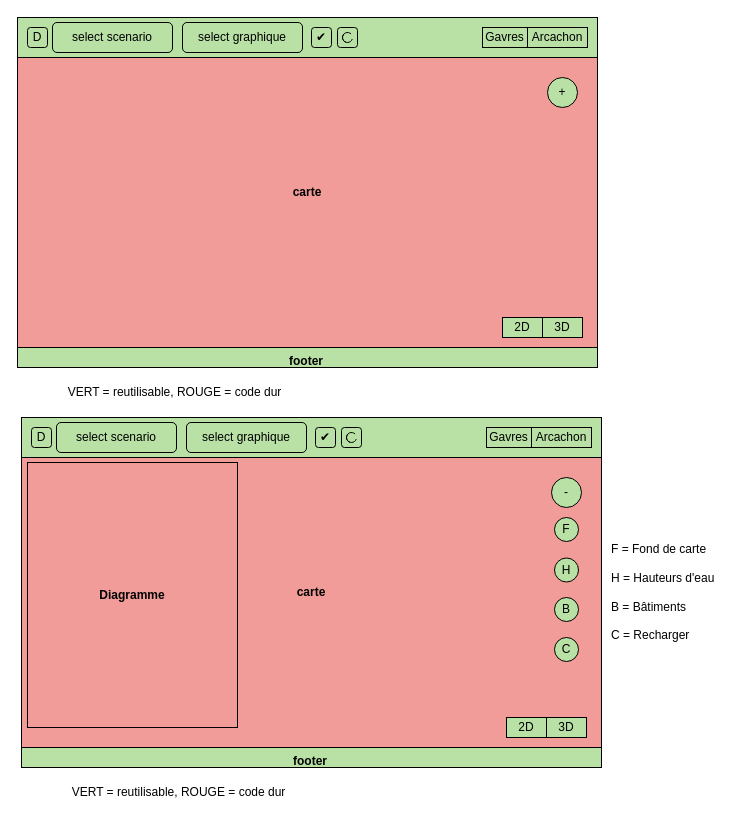
This is page "Model site_SPA" (2 of 8) of UML_diagrams.drawio from IlonaBaran/oracles, a draw.io file, before an edit. Source tidied: cells renumbered, new cells numbered last; positions are measured from the earlier drawing's top-left corner, leaving out a move shared by most shapes. Both pictures are drawn from the tidied source at 100%, with x=0, y=0 at pixel (17, 17).
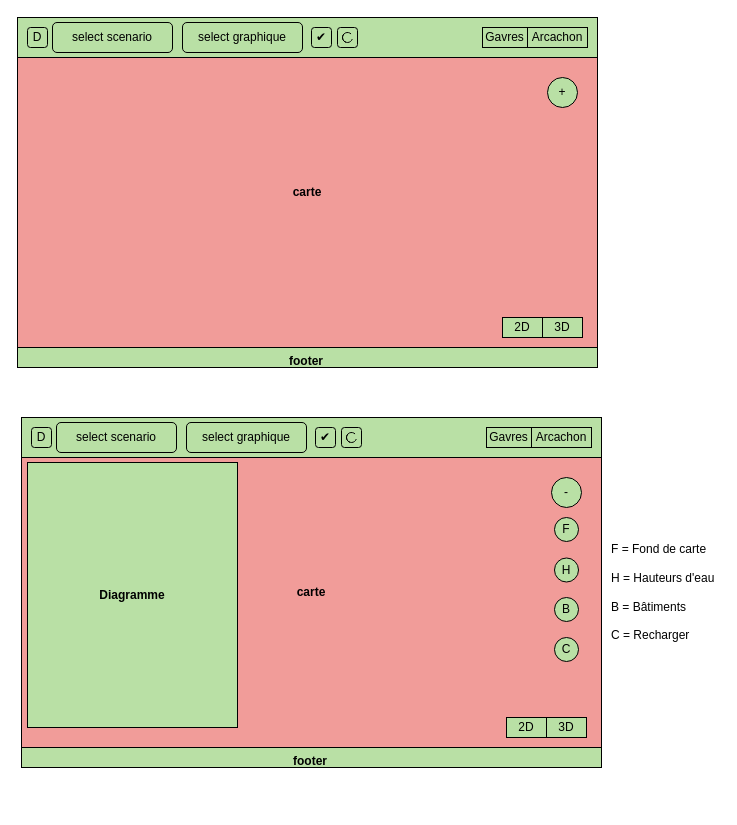
After the change.

Change to the diagram source:
```diff
@@
-    <mxCell id="10" value="VERT = reutilisable, ROUGE = code dur" style="text;html=1;strokeColor=none;fillColor=none;align=center;verticalAlign=middle;whiteSpace=wrap;rounded=0;" parent="1" vertex="1">
-      <mxGeometry x="30" y="360" width="255" height="30" as="geometry" />
-    </mxCell>
@@
-    <mxCell id="28" value="VERT = reutilisable, ROUGE = code dur" style="text;html=1;strokeColor=none;fillColor=none;align=center;verticalAlign=middle;whiteSpace=wrap;rounded=0;" parent="1" vertex="1">
-      <mxGeometry x="34" y="760" width="255" height="30" as="geometry" />
-    </mxCell>
@@
-    <mxCell id="43" value="&lt;b&gt;Diagramme&lt;/b&gt;" style="rounded=0;whiteSpace=wrap;html=1;fillColor=#F19C99;" parent="1" vertex="1">
+    <mxCell id="43" value="&lt;b&gt;Diagramme&lt;/b&gt;" style="rounded=0;whiteSpace=wrap;html=1;fillColor=#B9E0A5;" parent="1" vertex="1">
       <mxGeometry x="10" y="445" width="210" height="265" as="geometry" />
     </mxCell>
```
